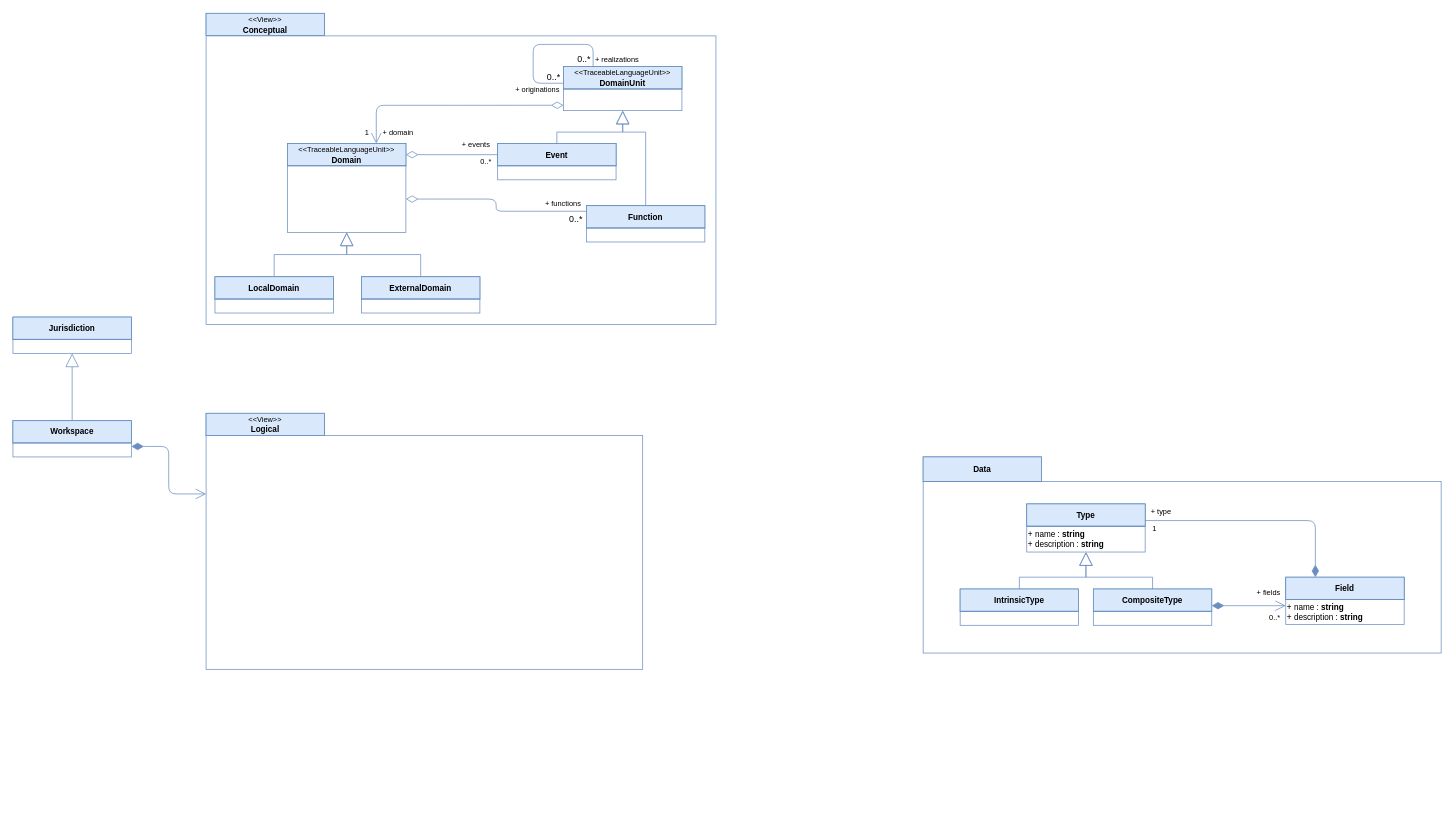
eevio/docs-superstructure keeps this draw.io diagram as page "Domains" (3 of 3) of Superstructure.drawio. Above is the earlier version. Source tidied: cells renumbered, new cells numbered last; positions are measured from the earlier drawing's top-left corner, leaving out a move shared by most shapes. Both pictures are drawn from the tidied source at 74%, with x=0, y=0 at pixel (13, 13).
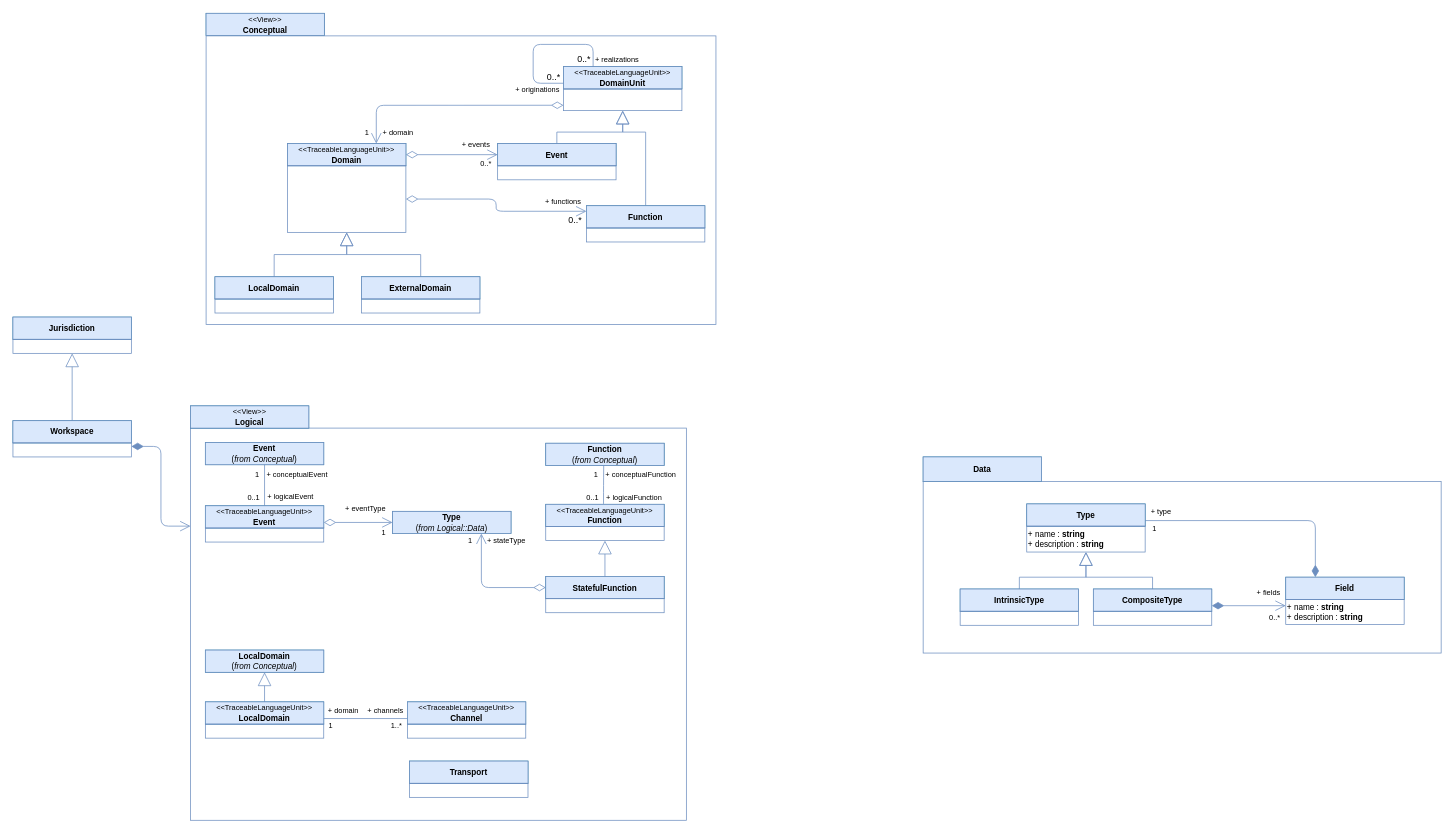
Above is the later version.

Commit message (it also covers changes not shown here):
start Logical View

The change refers to these unchanged cells:
```xml
<mxCell id="52" value="&lt;b&gt;Event&lt;/b&gt;" style="html=1;whiteSpace=wrap;fontSize=11;fillColor=#dae8fc;strokeColor=#6c8ebf;" parent="51" vertex="1">
  <mxGeometry width="160" height="30" as="geometry" />
</mxCell>
<mxCell id="72" value="&lt;font style=&quot;font-size: 10px&quot;&gt;&amp;lt;&amp;lt;TraceableLanguageUnit&amp;gt;&amp;gt;&lt;/font&gt;&lt;br&gt;&lt;b&gt;Domain&lt;/b&gt;" style="html=1;whiteSpace=wrap;fontSize=11;fillColor=#dae8fc;strokeColor=#6c8ebf;" parent="71" vertex="1">
  <mxGeometry width="160" height="30" as="geometry" />
</mxCell>
<mxCell id="73" style="whiteSpace=wrap;html=1;strokeColor=#6c8ebf;fillColor=none;fontSize=11;fontColor=#000000;align=left;" parent="70" vertex="1">
  <mxGeometry y="30" width="160" height="90" as="geometry" />
</mxCell>
<mxCell id="82" value="&lt;b&gt;Function&lt;/b&gt;" style="html=1;whiteSpace=wrap;fontSize=11;fillColor=#dae8fc;strokeColor=#6c8ebf;" parent="81" vertex="1">
  <mxGeometry width="160" height="30" as="geometry" />
</mxCell>
```

The edit, as a diff of the source:
```diff
@@
-    <mxCell id="15" style="group;" parent="1" vertex="1">
-      <mxGeometry x="261" y="540" width="590" height="346" as="geometry" />
-    </mxCell>
-    <mxCell id="16" style="whiteSpace=wrap;html=1;strokeColor=#6c8ebf;fillColor=none;fontSize=11;fontColor=#000000;align=left;" parent="15" vertex="1">
-      <mxGeometry y="30" width="590" height="316" as="geometry" />
-    </mxCell>
-    <mxCell id="17" style="group;fillColor=#b1ddf0;strokeColor=#10739e;" parent="15" vertex="1">
-      <mxGeometry width="159.8" height="30" as="geometry" />
-    </mxCell>
-    <mxCell id="18" value="&lt;font style=&quot;font-size: 10px&quot;&gt;&amp;lt;&amp;lt;View&amp;gt;&amp;gt;&lt;/font&gt;&lt;br&gt;&lt;b&gt;Logical&lt;/b&gt;" style="html=1;whiteSpace=wrap;fontSize=11;fillColor=#dae8fc;strokeColor=#6c8ebf;" parent="17" vertex="1">
-      <mxGeometry width="159.8" height="30" as="geometry" />
-    </mxCell>
@@
-    <mxCell id="54" style="endArrow=none;html=1;endSize=12;startArrow=diamondThin;startSize=14;startFill=0;edgeStyle=orthogonalEdgeStyle;align=left;verticalAlign=bottom;entryX=0;entryY=0.5;entryDx=0;entryDy=0;exitX=1;exitY=0.5;exitDx=0;exitDy=0;fontColor=#330000;fillColor=#dae8fc;strokeColor=#6c8ebf;endFill=0;" parent="1" edge="1" source="72" target="52">
+    <mxCell id="54" style="endArrow=open;html=1;endSize=12;startArrow=diamondThin;startSize=14;startFill=0;edgeStyle=orthogonalEdgeStyle;align=left;verticalAlign=bottom;entryX=0;entryY=0.5;entryDx=0;entryDy=0;exitX=1;exitY=0.5;exitDx=0;exitDy=0;fontColor=#330000;fillColor=#dae8fc;strokeColor=#6c8ebf;endFill=0;" parent="1" edge="1" source="72" target="52">
       <mxGeometry x="0.04" y="64" relative="1" as="geometry">
         <mxPoint x="-35" y="11" as="offset" />
       </mxGeometry>
     </mxCell>
-    <mxCell id="55" style="endArrow=none;html=1;endSize=12;startArrow=diamondThin;startSize=14;startFill=0;edgeStyle=orthogonalEdgeStyle;align=left;verticalAlign=bottom;entryX=0;entryY=0.25;entryDx=0;entryDy=0;exitX=1;exitY=0.5;exitDx=0;exitDy=0;fillColor=#dae8fc;strokeColor=#6c8ebf;endFill=0;" parent="1" edge="1" source="73" target="82">
+    <mxCell id="55" style="endArrow=open;html=1;endSize=12;startArrow=diamondThin;startSize=14;startFill=0;edgeStyle=orthogonalEdgeStyle;align=left;verticalAlign=bottom;entryX=0;entryY=0.25;entryDx=0;entryDy=0;exitX=1;exitY=0.5;exitDx=0;exitDy=0;fillColor=#dae8fc;strokeColor=#6c8ebf;endFill=0;" parent="1" edge="1" source="73" target="82">
       <mxGeometry x="0.04" y="64" relative="1" as="geometry">
         <mxPoint x="-35" y="11" as="offset" />
       </mxGeometry>
     </mxCell>
     <mxCell id="56" value="&lt;font style=&quot;font-size: 12px&quot;&gt;0..*&lt;/font&gt;" style="text;html=1;strokeColor=none;fillColor=none;align=right;verticalAlign=middle;whiteSpace=wrap;rounded=0;fontSize=10;" parent="1" vertex="1">
-      <mxGeometry x="752" y="267.5" width="20" height="20" as="geometry" />
+      <mxGeometry x="751" y="269.5" width="20" height="20" as="geometry" />
     </mxCell>
     <mxCell id="57" value="&lt;font style=&quot;font-size: 10px;&quot;&gt;0..*&lt;/font&gt;" style="text;html=1;strokeColor=none;fillColor=none;align=right;verticalAlign=middle;whiteSpace=wrap;rounded=0;fontSize=10;" parent="1" vertex="1">
-      <mxGeometry x="629" y="190" width="20" height="20" as="geometry" />
+      <mxGeometry x="629" y="192" width="20" height="20" as="geometry" />
     </mxCell>
@@
     <mxCell id="59" value="+ functions" style="text;html=1;strokeColor=none;fillColor=none;align=right;verticalAlign=middle;whiteSpace=wrap;rounded=0;fontSize=10;" parent="1" vertex="1">
-      <mxGeometry x="712" y="245.5" width="58" height="20" as="geometry" />
+      <mxGeometry x="712" y="242.5" width="58" height="20" as="geometry" />
     </mxCell>
@@
+    <mxCell id="16" style="whiteSpace=wrap;html=1;strokeColor=#6c8ebf;fillColor=none;fontSize=11;fontColor=#000000;align=left;" parent="1" vertex="1">
+      <mxGeometry x="240" y="560" width="670" height="530" as="geometry" />
+    </mxCell>
+    <mxCell id="17" style="group;fillColor=#b1ddf0;strokeColor=#10739e;" parent="1" vertex="1">
+      <mxGeometry x="240" y="530" width="159.8" height="30" as="geometry" />
+    </mxCell>
+    <mxCell id="18" value="&lt;font style=&quot;font-size: 10px&quot;&gt;&amp;lt;&amp;lt;View&amp;gt;&amp;gt;&lt;/font&gt;&lt;br&gt;&lt;b&gt;Logical&lt;/b&gt;" style="html=1;whiteSpace=wrap;fontSize=11;fillColor=#dae8fc;strokeColor=#6c8ebf;" parent="17" vertex="1">
+      <mxGeometry width="159.8" height="30" as="geometry" />
+    </mxCell>
+    <mxCell id="90" style="group;" parent="1" vertex="1">
+      <mxGeometry x="260" y="665" width="160" height="49" as="geometry" />
+    </mxCell>
+    <mxCell id="91" style="group;fillColor=#b1ddf0;strokeColor=#10739e;" parent="90" vertex="1">
+      <mxGeometry width="160" height="30" as="geometry" />
+    </mxCell>
+    <mxCell id="92" value="&lt;span style=&quot;font-size: 10px&quot;&gt;&amp;lt;&amp;lt;TraceableLanguageUnit&amp;gt;&amp;gt;&lt;/span&gt;&lt;b&gt;&lt;br&gt;Event&lt;/b&gt;" style="html=1;whiteSpace=wrap;fontSize=11;fillColor=#dae8fc;strokeColor=#6c8ebf;" parent="91" vertex="1">
+      <mxGeometry width="160" height="30" as="geometry" />
+    </mxCell>
+    <mxCell id="93" style="whiteSpace=wrap;html=1;strokeColor=#6c8ebf;fillColor=none;fontSize=11;fontColor=#000000;align=left;" parent="90" vertex="1">
+      <mxGeometry y="30" width="160" height="19" as="geometry" />
+    </mxCell>
+    <mxCell id="94" style="group;fillColor=#b1ddf0;strokeColor=#10739e;" parent="1" vertex="1">
+      <mxGeometry x="260" y="579.5" width="160" height="30" as="geometry" />
+    </mxCell>
+    <mxCell id="95" value="&lt;b&gt;Event&lt;/b&gt;&lt;br&gt;(&lt;i&gt;from Conceptual&lt;/i&gt;)" style="html=1;whiteSpace=wrap;fontSize=11;fillColor=#dae8fc;strokeColor=#6c8ebf;" parent="94" vertex="1">
+      <mxGeometry width="160" height="30" as="geometry" />
+    </mxCell>
+    <mxCell id="96" style="endArrow=none;html=1;endSize=12;startArrow=none;startSize=14;startFill=0;edgeStyle=orthogonalEdgeStyle;align=left;verticalAlign=bottom;exitX=0.5;exitY=0;exitDx=0;exitDy=0;fillColor=#dae8fc;strokeColor=#6c8ebf;endFill=0;" parent="1" edge="1" source="92" target="95">
+      <mxGeometry x="0.04" y="64" relative="1" as="geometry">
+        <mxPoint x="-35" y="11" as="offset" />
+      </mxGeometry>
+    </mxCell>
+    <mxCell id="97" value="&lt;font style=&quot;font-size: 10px;&quot;&gt;1&lt;/font&gt;" style="text;html=1;strokeColor=none;fillColor=none;align=right;verticalAlign=middle;whiteSpace=wrap;rounded=0;fontSize=10;" parent="1" vertex="1">
+      <mxGeometry x="321" y="612" width="14" height="20" as="geometry" />
+    </mxCell>
+    <mxCell id="98" value="&lt;font style=&quot;font-size: 10px&quot;&gt;0..1&lt;/font&gt;" style="text;html=1;strokeColor=none;fillColor=none;align=right;verticalAlign=middle;whiteSpace=wrap;rounded=0;fontSize=10;direction=south;" parent="1" vertex="1">
+      <mxGeometry x="316" y="643" width="20" height="20" as="geometry" />
+    </mxCell>
+    <mxCell id="99" value="&lt;font style=&quot;font-size: 10px&quot;&gt;+ conceptualEvent&lt;/font&gt;" style="text;html=1;strokeColor=none;fillColor=none;align=left;verticalAlign=middle;whiteSpace=wrap;rounded=0;fontSize=10;" parent="1" vertex="1">
+      <mxGeometry x="341" y="612" width="89" height="20" as="geometry" />
+    </mxCell>
+    <mxCell id="100" value="&lt;font style=&quot;font-size: 10px&quot;&gt;+ logicalEvent&lt;/font&gt;" style="text;html=1;strokeColor=none;fillColor=none;align=left;verticalAlign=middle;whiteSpace=wrap;rounded=0;fontSize=10;" parent="1" vertex="1">
+      <mxGeometry x="342" y="641.5" width="89" height="20" as="geometry" />
+    </mxCell>
+    <mxCell id="101" style="group;fillColor=#b1ddf0;strokeColor=#10739e;" parent="1" vertex="1">
+      <mxGeometry x="513" y="672.5" width="160" height="30" as="geometry" />
+    </mxCell>
+    <mxCell id="102" value="&lt;b&gt;Type&lt;/b&gt;&lt;br&gt;(&lt;i&gt;from Logical::Data&lt;/i&gt;)" style="html=1;whiteSpace=wrap;fontSize=11;fillColor=#dae8fc;strokeColor=#6c8ebf;" parent="101" vertex="1">
+      <mxGeometry width="160" height="30" as="geometry" />
+    </mxCell>
+    <mxCell id="103" style="endArrow=open;html=1;endSize=12;startArrow=diamondThin;startSize=14;startFill=0;edgeStyle=orthogonalEdgeStyle;align=left;verticalAlign=bottom;entryX=0;entryY=0.5;entryDx=0;entryDy=0;exitX=1;exitY=0.75;exitDx=0;exitDy=0;fillColor=#dae8fc;strokeColor=#6c8ebf;endFill=0;" parent="1" edge="1" source="92" target="102">
+      <mxGeometry x="0.04" y="64" relative="1" as="geometry">
+        <mxPoint x="-35" y="11" as="offset" />
+      </mxGeometry>
+    </mxCell>
+    <mxCell id="104" value="&lt;font style=&quot;font-size: 10px;&quot;&gt;1&lt;/font&gt;" style="text;html=1;strokeColor=none;fillColor=none;align=right;verticalAlign=middle;whiteSpace=wrap;rounded=0;fontSize=10;" parent="1" vertex="1">
+      <mxGeometry x="492" y="691" width="14" height="20" as="geometry" />
+    </mxCell>
+    <mxCell id="105" value="&lt;font style=&quot;font-size: 10px&quot;&gt;+ eventType&lt;/font&gt;" style="text;html=1;strokeColor=none;fillColor=none;align=right;verticalAlign=middle;whiteSpace=wrap;rounded=0;fontSize=10;" parent="1" vertex="1">
+      <mxGeometry x="440" y="659" width="66" height="20" as="geometry" />
+    </mxCell>
+    <mxCell id="106" style="group;fillColor=#b1ddf0;strokeColor=#10739e;" parent="1" vertex="1">
+      <mxGeometry x="720" y="580.5" width="160" height="30" as="geometry" />
+    </mxCell>
+    <mxCell id="107" value="&lt;b&gt;Function&lt;/b&gt;&lt;br&gt;(&lt;i&gt;from Conceptual&lt;/i&gt;)" style="html=1;whiteSpace=wrap;fontSize=11;fillColor=#dae8fc;strokeColor=#6c8ebf;" parent="106" vertex="1">
+      <mxGeometry width="160" height="30" as="geometry" />
+    </mxCell>
+    <mxCell id="108" style="group;" parent="1" vertex="1">
+      <mxGeometry x="720" y="663" width="160" height="49" as="geometry" />
+    </mxCell>
+    <mxCell id="109" style="group;fillColor=#b1ddf0;strokeColor=#10739e;" parent="108" vertex="1">
+      <mxGeometry width="160" height="30" as="geometry" />
+    </mxCell>
+    <mxCell id="110" value="&lt;span style=&quot;font-size: 10px&quot;&gt;&amp;lt;&amp;lt;TraceableLanguageUnit&amp;gt;&amp;gt;&lt;/span&gt;&lt;b&gt;&lt;br&gt;Function&lt;/b&gt;" style="html=1;whiteSpace=wrap;fontSize=11;fillColor=#dae8fc;strokeColor=#6c8ebf;" parent="109" vertex="1">
+      <mxGeometry width="160" height="30" as="geometry" />
+    </mxCell>
+    <mxCell id="111" style="whiteSpace=wrap;html=1;strokeColor=#6c8ebf;fillColor=none;fontSize=11;fontColor=#000000;align=left;" parent="108" vertex="1">
+      <mxGeometry y="30" width="160" height="19" as="geometry" />
+    </mxCell>
+    <mxCell id="112" style="endArrow=none;html=1;endSize=12;startArrow=none;startSize=14;startFill=0;edgeStyle=orthogonalEdgeStyle;align=left;verticalAlign=bottom;exitX=0.488;exitY=-0.018;exitDx=0;exitDy=0;fillColor=#dae8fc;strokeColor=#6c8ebf;endFill=0;exitPerimeter=0;" parent="1" edge="1" source="110">
+      <mxGeometry x="0.04" y="64" relative="1" as="geometry">
+        <mxPoint x="798.3" y="610.5" as="targetPoint" />
+        <mxPoint x="-35" y="11" as="offset" />
+      </mxGeometry>
+    </mxCell>
+    <mxCell id="113" value="&lt;font style=&quot;font-size: 10px;&quot;&gt;1&lt;/font&gt;" style="text;html=1;strokeColor=none;fillColor=none;align=right;verticalAlign=middle;whiteSpace=wrap;rounded=0;fontSize=10;" parent="1" vertex="1">
+      <mxGeometry x="779" y="613" width="14" height="20" as="geometry" />
+    </mxCell>
+    <mxCell id="114" value="&lt;font style=&quot;font-size: 10px&quot;&gt;0..1&lt;/font&gt;" style="text;html=1;strokeColor=none;fillColor=none;align=right;verticalAlign=middle;whiteSpace=wrap;rounded=0;fontSize=10;direction=south;" parent="1" vertex="1">
+      <mxGeometry x="774" y="644" width="20" height="20" as="geometry" />
+    </mxCell>
+    <mxCell id="115" value="&lt;font style=&quot;font-size: 10px&quot;&gt;+ conceptualFunction&lt;/font&gt;" style="text;html=1;strokeColor=none;fillColor=none;align=left;verticalAlign=middle;whiteSpace=wrap;rounded=0;fontSize=10;" parent="1" vertex="1">
+      <mxGeometry x="799" y="611.5" width="101" height="20" as="geometry" />
+    </mxCell>
+    <mxCell id="116" value="&lt;font style=&quot;font-size: 10px&quot;&gt;+ logicalFunction&lt;/font&gt;" style="text;html=1;strokeColor=none;fillColor=none;align=left;verticalAlign=middle;whiteSpace=wrap;rounded=0;fontSize=10;" parent="1" vertex="1">
+      <mxGeometry x="800" y="642.5" width="89" height="20" as="geometry" />
+    </mxCell>
+    <mxCell id="117" style="group;" parent="1" vertex="1">
+      <mxGeometry x="720" y="760.5" width="160" height="49" as="geometry" />
+    </mxCell>
+    <mxCell id="118" style="group;fillColor=#b1ddf0;strokeColor=#10739e;" parent="117" vertex="1">
+      <mxGeometry width="160" height="30" as="geometry" />
+    </mxCell>
+    <mxCell id="119" value="&lt;b&gt;StatefulFunction&lt;/b&gt;" style="html=1;whiteSpace=wrap;fontSize=11;fillColor=#dae8fc;strokeColor=#6c8ebf;" parent="118" vertex="1">
+      <mxGeometry width="160" height="30" as="geometry" />
+    </mxCell>
+    <mxCell id="120" style="whiteSpace=wrap;html=1;strokeColor=#6c8ebf;fillColor=none;fontSize=11;fontColor=#000000;align=left;" parent="117" vertex="1">
+      <mxGeometry y="30" width="160" height="19" as="geometry" />
+    </mxCell>
+    <mxCell id="121" style="endArrow=block;endSize=16;endFill=0;html=1;fontSize=10;exitX=0.5;exitY=0;exitDx=0;exitDy=0;rounded=0;entryX=0.5;entryY=1;entryDx=0;entryDy=0;fillColor=#dae8fc;strokeColor=#6c8ebf;" parent="1" edge="1" source="119" target="111">
+      <mxGeometry relative="1" as="geometry" />
+    </mxCell>
+    <mxCell id="122" style="endArrow=open;html=1;endSize=12;startArrow=diamondThin;startSize=14;startFill=0;edgeStyle=orthogonalEdgeStyle;align=left;verticalAlign=bottom;entryX=0.75;entryY=1;entryDx=0;entryDy=0;exitX=0;exitY=0.5;exitDx=0;exitDy=0;fillColor=#dae8fc;strokeColor=#6c8ebf;endFill=0;" parent="1" edge="1" source="119" target="102">
+      <mxGeometry x="0.04" y="64" relative="1" as="geometry">
+        <mxPoint x="-35" y="11" as="offset" />
+      </mxGeometry>
+    </mxCell>
+    <mxCell id="123" value="&lt;font style=&quot;font-size: 10px;&quot;&gt;1&lt;/font&gt;" style="text;html=1;strokeColor=none;fillColor=none;align=right;verticalAlign=middle;whiteSpace=wrap;rounded=0;fontSize=10;" parent="1" vertex="1">
+      <mxGeometry x="609" y="702" width="14" height="20" as="geometry" />
+    </mxCell>
+    <mxCell id="124" value="&lt;font style=&quot;font-size: 10px&quot;&gt;+ stateType&lt;/font&gt;" style="text;html=1;strokeColor=none;fillColor=none;align=left;verticalAlign=middle;whiteSpace=wrap;rounded=0;fontSize=10;" parent="1" vertex="1">
+      <mxGeometry x="639" y="702" width="57" height="20" as="geometry" />
+    </mxCell>
+    <mxCell id="125" style="group;fillColor=#b1ddf0;strokeColor=#10739e;" parent="1" vertex="1">
+      <mxGeometry x="260" y="860" width="160" height="30" as="geometry" />
+    </mxCell>
+    <mxCell id="126" value="&lt;b&gt;LocalDomain&lt;/b&gt;&lt;br&gt;(&lt;i&gt;from Conceptual&lt;/i&gt;)" style="html=1;whiteSpace=wrap;fontSize=11;fillColor=#dae8fc;strokeColor=#6c8ebf;" parent="125" vertex="1">
+      <mxGeometry width="160" height="30" as="geometry" />
+    </mxCell>
+    <mxCell id="127" style="group;" parent="1" vertex="1">
+      <mxGeometry x="260" y="930" width="160" height="49" as="geometry" />
+    </mxCell>
+    <mxCell id="128" style="group;fillColor=#b1ddf0;strokeColor=#10739e;" parent="127" vertex="1">
+      <mxGeometry width="160" height="30" as="geometry" />
+    </mxCell>
+    <mxCell id="129" value="&lt;span style=&quot;font-size: 10px&quot;&gt;&amp;lt;&amp;lt;TraceableLanguageUnit&amp;gt;&amp;gt;&lt;/span&gt;&lt;b&gt;&lt;br&gt;LocalDomain&lt;/b&gt;" style="html=1;whiteSpace=wrap;fontSize=11;fillColor=#dae8fc;strokeColor=#6c8ebf;" parent="128" vertex="1">
+      <mxGeometry width="160" height="30" as="geometry" />
+    </mxCell>
+    <mxCell id="130" style="whiteSpace=wrap;html=1;strokeColor=#6c8ebf;fillColor=none;fontSize=11;fontColor=#000000;align=left;" parent="127" vertex="1">
+      <mxGeometry y="30" width="160" height="19" as="geometry" />
+    </mxCell>
+    <mxCell id="131" style="endArrow=block;endSize=16;endFill=0;html=1;fontSize=10;exitX=0.5;exitY=0;exitDx=0;exitDy=0;rounded=0;entryX=0.5;entryY=1;entryDx=0;entryDy=0;fillColor=#dae8fc;strokeColor=#6c8ebf;" parent="1" edge="1" source="129" target="126">
+      <mxGeometry relative="1" as="geometry" />
+    </mxCell>
+    <mxCell id="132" style="group;" parent="1" vertex="1">
+      <mxGeometry x="533" y="930" width="160" height="49" as="geometry" />
+    </mxCell>
+    <mxCell id="133" style="group;fillColor=#b1ddf0;strokeColor=#10739e;" parent="132" vertex="1">
+      <mxGeometry width="160" height="30" as="geometry" />
+    </mxCell>
+    <mxCell id="134" value="&lt;span style=&quot;font-size: 10px&quot;&gt;&amp;lt;&amp;lt;TraceableLanguageUnit&amp;gt;&amp;gt;&lt;/span&gt;&lt;b&gt;&lt;br&gt;Channel&lt;/b&gt;" style="html=1;whiteSpace=wrap;fontSize=11;fillColor=#dae8fc;strokeColor=#6c8ebf;" parent="133" vertex="1">
+      <mxGeometry width="160" height="30" as="geometry" />
+    </mxCell>
+    <mxCell id="135" style="whiteSpace=wrap;html=1;strokeColor=#6c8ebf;fillColor=none;fontSize=11;fontColor=#000000;align=left;" parent="132" vertex="1">
+      <mxGeometry y="30" width="160" height="19" as="geometry" />
+    </mxCell>
+    <mxCell id="136" style="endArrow=none;html=1;endSize=12;startArrow=none;startSize=14;startFill=0;edgeStyle=orthogonalEdgeStyle;align=left;verticalAlign=bottom;exitX=0;exitY=0.75;exitDx=0;exitDy=0;fillColor=#dae8fc;strokeColor=#6c8ebf;endFill=0;entryX=1;entryY=0.75;entryDx=0;entryDy=0;" parent="1" edge="1" source="134" target="129">
+      <mxGeometry x="0.04" y="64" relative="1" as="geometry">
+        <mxPoint x="-35" y="11" as="offset" />
+      </mxGeometry>
+    </mxCell>
+    <mxCell id="137" value="&lt;font style=&quot;font-size: 10px&quot;&gt;1..*&lt;/font&gt;" style="text;html=1;strokeColor=none;fillColor=none;align=right;verticalAlign=middle;whiteSpace=wrap;rounded=0;fontSize=10;direction=south;" parent="1" vertex="1">
+      <mxGeometry x="508" y="952" width="20" height="20" as="geometry" />
+    </mxCell>
+    <mxCell id="138" value="&lt;font style=&quot;font-size: 10px&quot;&gt;1&lt;/font&gt;" style="text;html=1;strokeColor=none;fillColor=none;align=left;verticalAlign=middle;whiteSpace=wrap;rounded=0;fontSize=10;direction=south;" parent="1" vertex="1">
+      <mxGeometry x="425" y="952" width="17" height="20" as="geometry" />
+    </mxCell>
+    <mxCell id="139" value="+ domain" style="text;html=1;strokeColor=none;fillColor=none;align=left;verticalAlign=middle;whiteSpace=wrap;rounded=0;fontSize=10;direction=south;" parent="1" vertex="1">
+      <mxGeometry x="424" y="932" width="47" height="20" as="geometry" />
+    </mxCell>
+    <mxCell id="140" value="+ channels" style="text;html=1;strokeColor=none;fillColor=none;align=right;verticalAlign=middle;whiteSpace=wrap;rounded=0;fontSize=10;direction=south;" parent="1" vertex="1">
+      <mxGeometry x="476" y="932" width="54" height="20" as="geometry" />
+    </mxCell>
+    <mxCell id="141" style="group;" parent="1" vertex="1">
+      <mxGeometry x="536" y="1010" width="160" height="49" as="geometry" />
+    </mxCell>
+    <mxCell id="142" style="group;fillColor=#b1ddf0;strokeColor=#10739e;" parent="141" vertex="1">
+      <mxGeometry width="160" height="30" as="geometry" />
+    </mxCell>
+    <mxCell id="143" value="&lt;b&gt;Transport&lt;/b&gt;" style="html=1;whiteSpace=wrap;fontSize=11;fillColor=#dae8fc;strokeColor=#6c8ebf;" parent="142" vertex="1">
+      <mxGeometry width="160" height="30" as="geometry" />
+    </mxCell>
+    <mxCell id="144" style="whiteSpace=wrap;html=1;strokeColor=#6c8ebf;fillColor=none;fontSize=11;fontColor=#000000;align=left;" parent="141" vertex="1">
+      <mxGeometry y="30" width="160" height="19" as="geometry" />
+    </mxCell>
```
